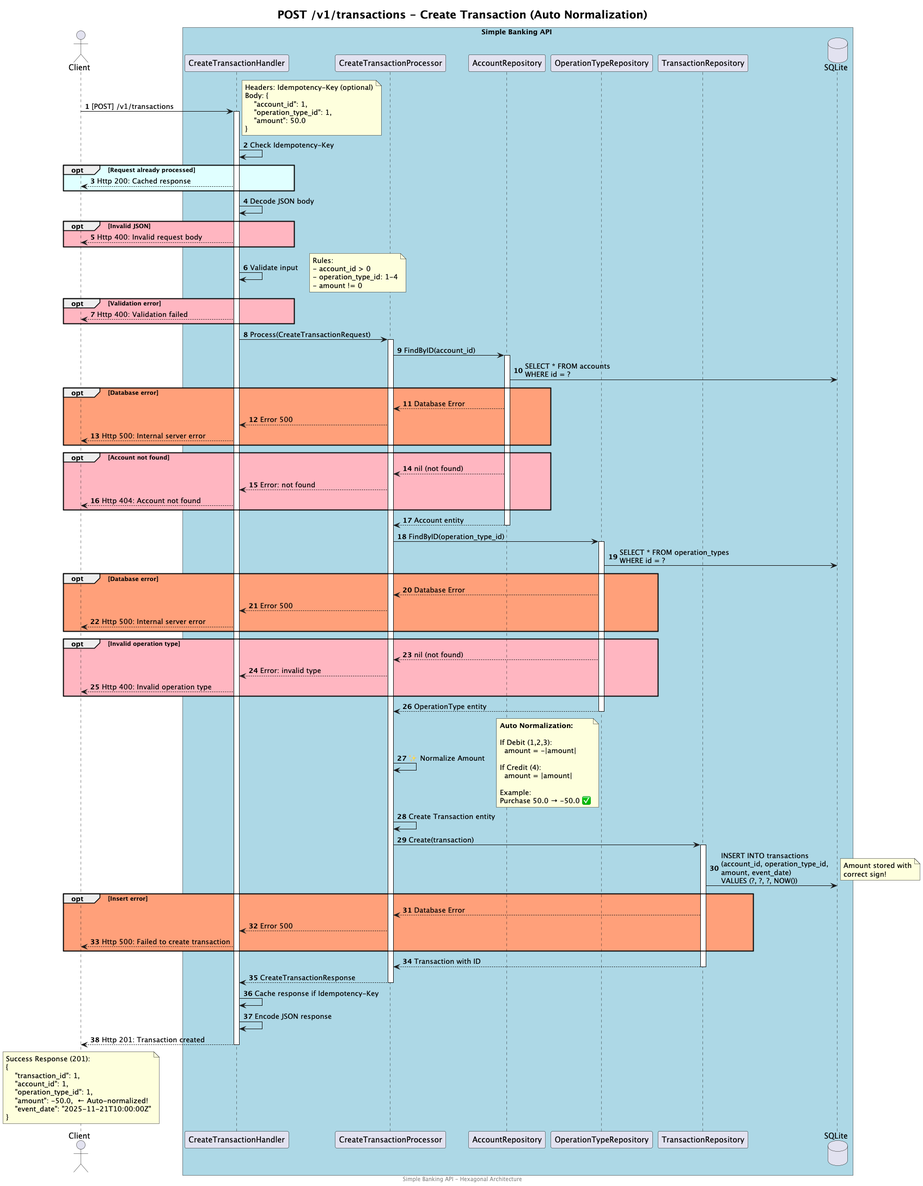
The PlantUML diagram docs/sequence-diagrams/endpoint-create-transaction.png in larissamartinsss/simple-banking-api, before a commit.
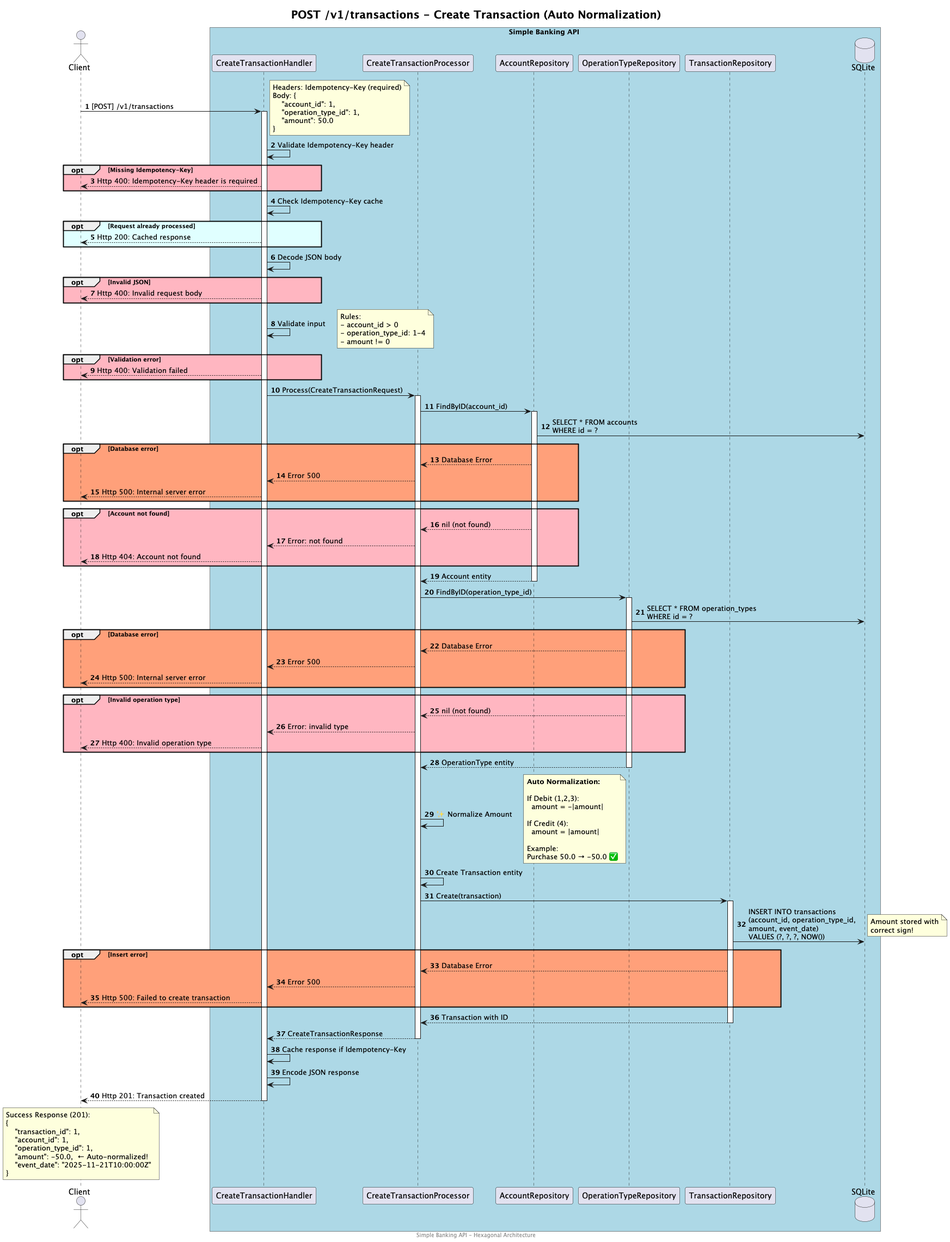
The same file after the commit.

The edit, as a diff of the source:
```diff
@@ -17,7 +17,7 @@
 
 Client -> Handler: [POST] /v1/transactions
 note right
-    Headers: Idempotency-Key (optional)
+    Headers: Idempotency-Key (required)
     Body: {
         "account_id": 1,
         "operation_type_id": 1,
@@ -27,7 +27,12 @@
 
 activate Handler
 
-    Handler -> Handler: Check Idempotency-Key
+    Handler -> Handler: Validate Idempotency-Key header
+    opt #LightPink Missing Idempotency-Key
+        Client <-- Handler: Http 400: Idempotency-Key header is required
+    end
+
+    Handler -> Handler: Check Idempotency-Key cache
     opt #LightCyan Request already processed
         Client <-- Handler: Http 200: Cached response
     end
```
